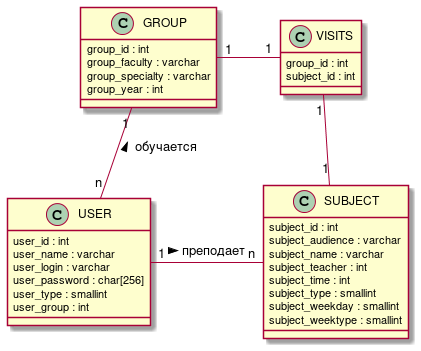
Above: .docs/diagram.png in PlumpAlbert/lstu-client (PlantUML), before the change.
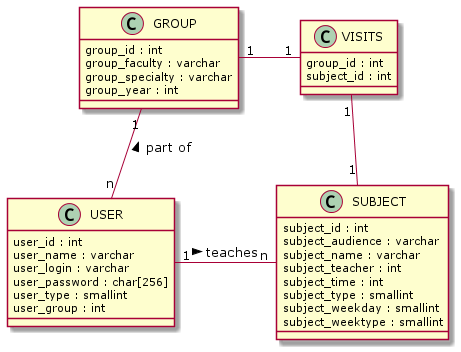
Later version of the same file.

Diff of the diagram source:
```diff
@@ -1,4 +1,4 @@
-@startuml
+@startuml Database
 class GROUP {
   group_id : int
   group_faculty : varchar
@@ -31,8 +31,8 @@
   subject_id : int
 }
 
-GROUP "1" -down- "n" USER : обучается <
-  SUBJECT "n" -left- "1" USER : преподает <
+USER "n" -up- "1" GROUP : part of >
+USER "1" -right- "n" SUBJECT : teaches >
 SUBJECT "1" -up- "1" VISITS
 GROUP "1" -right- "1" VISITS
 @enduml
```
